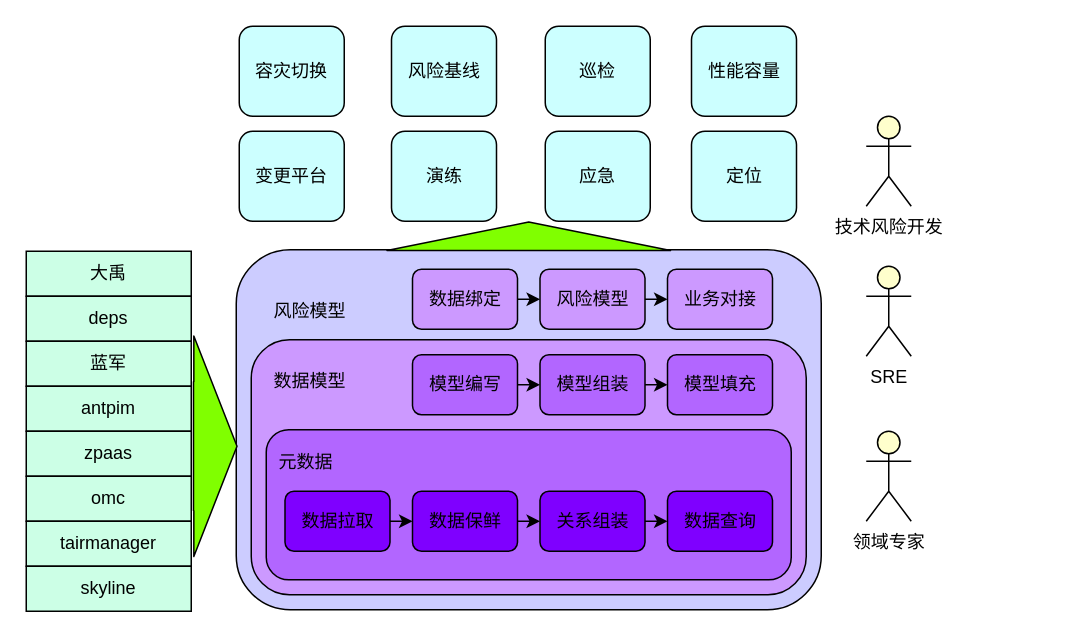
Before: 元数据模型.drawio in frankneu/draw.io, a draw.io diagram. Source tidied: cells renumbered, new cells numbered last; positions are measured from the earlier drawing's top-left corner, leaving out a move shared by most shapes. Both pictures are drawn from the tidied source at 150%, with x=0, y=0 at pixel (26, 26).
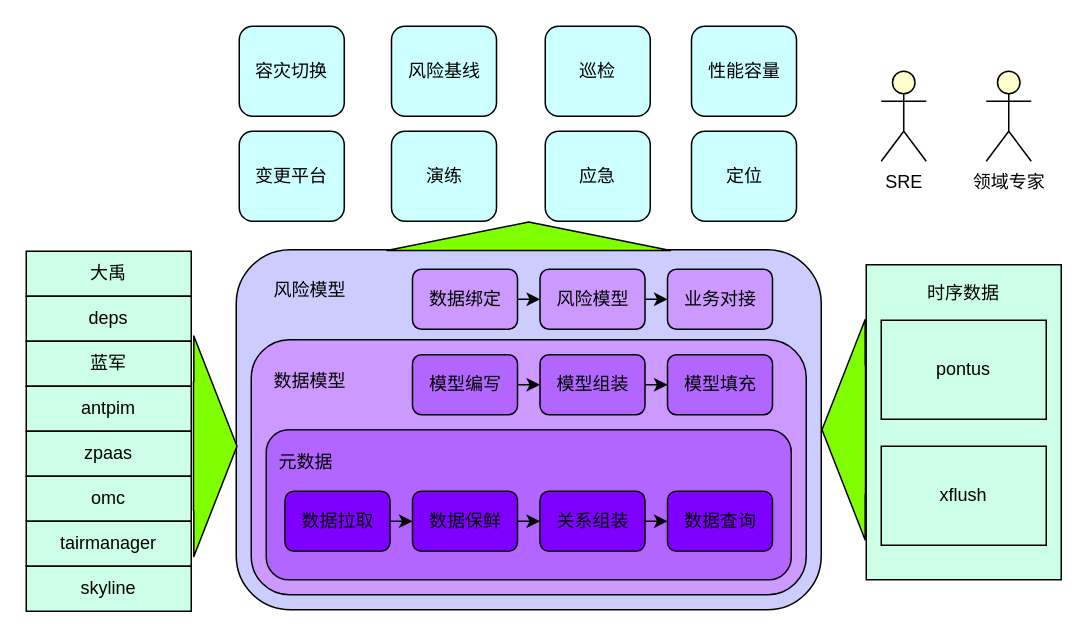
The same diagram, later.

Commit message:
Update 元数据模型.drawio

What changed in the source:
```diff
@@
+    <mxCell id="43" value="时序数据&lt;br&gt;&lt;br&gt;&lt;br&gt;&lt;br&gt;&lt;br&gt;&lt;br&gt;&lt;br&gt;&lt;br&gt;&lt;br&gt;&lt;br&gt;&lt;br&gt;&lt;br&gt;&lt;br&gt;" style="rounded=0;whiteSpace=wrap;html=1;fillColor=#CCFFE6;" parent="1" vertex="1">
+      <mxGeometry x="560" y="159" width="130" height="210" as="geometry" />
+    </mxCell>
-    <mxCell id="2" value="&amp;nbsp; &amp;nbsp; &amp;nbsp; &amp;nbsp;风险模型&lt;br&gt;&lt;br&gt;&lt;br&gt;&lt;br&gt;&lt;br&gt;&lt;br&gt;&lt;br&gt;&lt;br&gt;&lt;br&gt;&lt;br&gt;&lt;br&gt;&lt;br&gt;" style="rounded=1;whiteSpace=wrap;html=1;align=left;fillColor=#CCCCFF;" parent="1" vertex="1">
+    <mxCell id="2" value="&amp;nbsp; &amp;nbsp; &amp;nbsp; &amp;nbsp;风险模型&lt;br&gt;&lt;br&gt;&lt;br&gt;&lt;br&gt;&lt;br&gt;&lt;br&gt;&lt;br&gt;&lt;br&gt;&lt;br&gt;&lt;br&gt;&lt;br&gt;&lt;br&gt;&lt;br&gt;&lt;br&gt;" style="rounded=1;whiteSpace=wrap;html=1;align=left;fillColor=#CCCCFF;" parent="1" vertex="1">
       <mxGeometry x="140" y="149" width="390" height="240" as="geometry" />
     </mxCell>
@@
-    <mxCell id="17" value="技术风险开发" style="shape=umlActor;verticalLabelPosition=bottom;labelBackgroundColor=#ffffff;verticalAlign=top;html=1;fillColor=#FFFFCC;" parent="1" vertex="1">
-      <mxGeometry x="560" y="60" width="30" height="60" as="geometry" />
-    </mxCell>
     <mxCell id="18" value="SRE" style="shape=umlActor;verticalLabelPosition=bottom;labelBackgroundColor=#ffffff;verticalAlign=top;html=1;fillColor=#FFFFCC;" parent="1" vertex="1">
-      <mxGeometry x="560" y="160" width="30" height="60" as="geometry" />
+      <mxGeometry x="570" y="30" width="30" height="60" as="geometry" />
     </mxCell>
     <mxCell id="19" value="领域专家" style="shape=umlActor;verticalLabelPosition=bottom;labelBackgroundColor=#ffffff;verticalAlign=top;html=1;fillColor=#FFFFCC;" parent="1" vertex="1">
-      <mxGeometry x="560" y="270" width="30" height="60" as="geometry" />
+      <mxGeometry x="640" y="30" width="30" height="60" as="geometry" />
     </mxCell>
@@
+    <mxCell id="44" value="pontus" style="rounded=0;whiteSpace=wrap;html=1;fillColor=#CCFFE6;" parent="1" vertex="1">
+      <mxGeometry x="570" y="196" width="110" height="66" as="geometry" />
+    </mxCell>
+    <mxCell id="45" value="xflush" style="rounded=0;whiteSpace=wrap;html=1;fillColor=#CCFFE6;" parent="1" vertex="1">
+      <mxGeometry x="570" y="280" width="110" height="66" as="geometry" />
+    </mxCell>
+    <mxCell id="46" style="shape=flexArrow;endArrow=classic;html=1;endWidth=60;endSize=9.26;width=86;fillColor=#80FF00;entryX=1;entryY=0.5;entryDx=0;entryDy=0;" parent="1" edge="1" target="2">
+      <mxGeometry relative="1" as="geometry">
+        <mxPoint x="560" y="269" as="sourcePoint" />
+      </mxGeometry>
+    </mxCell>
```
